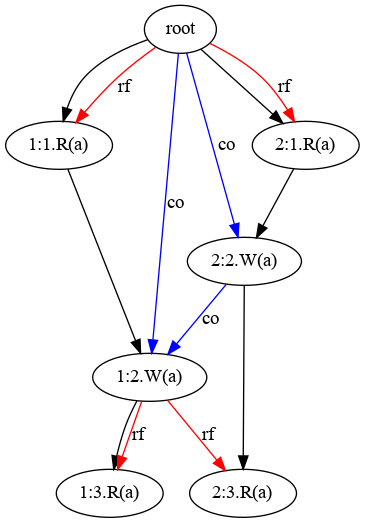
Earlier version of the Graphviz export src/main/resources/Visualized_Graphs/Execution_Graph_1.png (mpi-sws-rse/jmc). Its source is kept beside it as src/main/resources/Visualized_Graphs/Execution_Graph_1.dot. Its diagram source:
```dot
digraph {
11 [label="1:1.R(a)"]
root -> 11;
root -> 11[color=red, label="rf"];
21 [label="2:1.R(a)"]
root -> 21;
root -> 21[color=red, label="rf"];
12 [label="1:2.W(a)"]
11 -> 12;
13 [label="1:3.R(a)"]
12 -> 13;
12 -> 13[color=red, label="rf"];
22 [label="2:2.W(a)"]
21 -> 22;
23 [label="2:3.R(a)"]
22 -> 23;
12 -> 23[color=red, label="rf"];
root -> 12[color=blue, label="co"];
root -> 22[color=blue, label="co"];
22 -> 12[color=blue, label="co"];
}
```
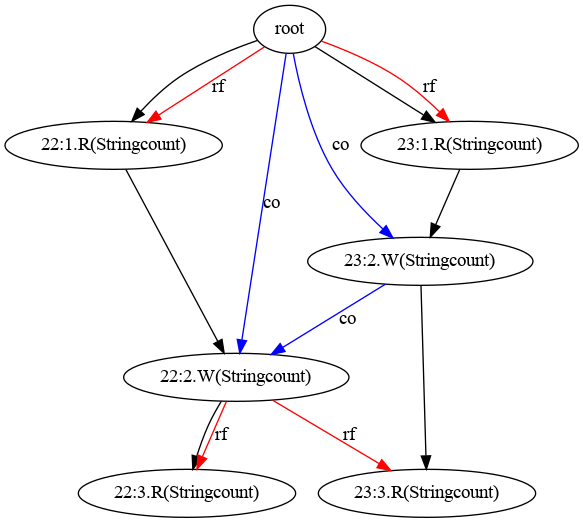
The same file after the commit.

The edit, as a diff of the source:
```diff
@@ -1,21 +1,21 @@
 digraph {
-11 [label="1:1.R(a)"]
-root -> 11;
-root -> 11[color=red, label="rf"];
-21 [label="2:1.R(a)"]
-root -> 21;
-root -> 21[color=red, label="rf"];
-12 [label="1:2.W(a)"]
-11 -> 12;
-13 [label="1:3.R(a)"]
-12 -> 13;
-12 -> 13[color=red, label="rf"];
-22 [label="2:2.W(a)"]
-21 -> 22;
-23 [label="2:3.R(a)"]
-22 -> 23;
-12 -> 23[color=red, label="rf"];
-root -> 12[color=blue, label="co"];
-root -> 22[color=blue, label="co"];
-22 -> 12[color=blue, label="co"];
+221 [label="22:1.R(Stringcount)"]
+root -> 221;
+root -> 221[color=red, label="rf"];
+231 [label="23:1.R(Stringcount)"]
+root -> 231;
+root -> 231[color=red, label="rf"];
+222 [label="22:2.W(Stringcount)"]
+221 -> 222;
+223 [label="22:3.R(Stringcount)"]
+222 -> 223;
+222 -> 223[color=red, label="rf"];
+232 [label="23:2.W(Stringcount)"]
+231 -> 232;
+233 [label="23:3.R(Stringcount)"]
+232 -> 233;
+222 -> 233[color=red, label="rf"];
+root -> 222[color=blue, label="co"];
+root -> 232[color=blue, label="co"];
+232 -> 222[color=blue, label="co"];
 }
```
